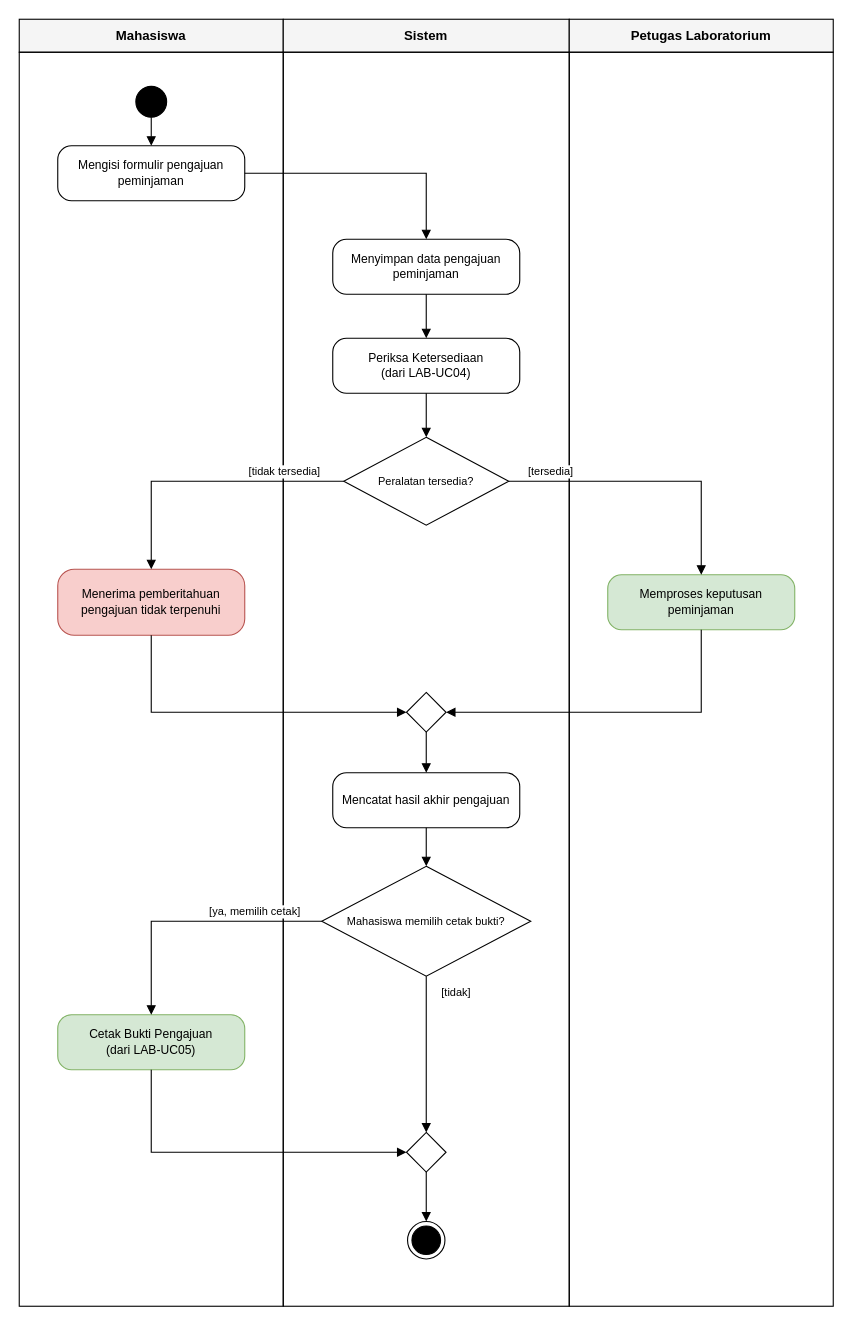
Above: 04_model_analisis/P06/LAB/P06_2406002_LAB_activity_peminjaman_v01.drawio in MuhammadYusufFaturahman-55/IFRWP5149_2406002_LabAlat (draw.io), before the change. Source tidied: cells renumbered, new cells numbered last; positions are measured from the earlier drawing's top-left corner, leaving out a move shared by most shapes. Both pictures are drawn from the tidied source at 110%, with x=0, y=0 at pixel (19, 19).
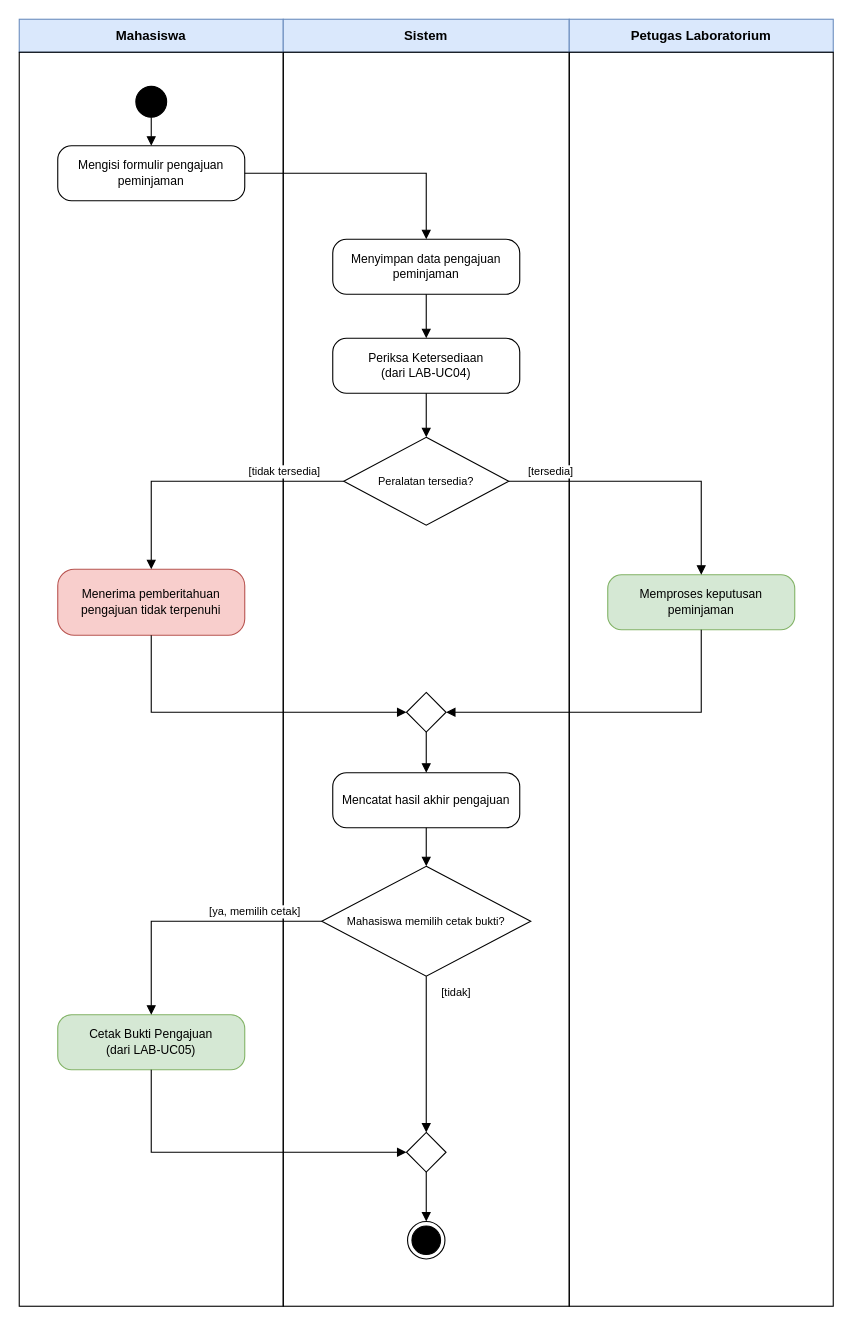
The same diagram, later.

What changed in the source:
```diff
@@
-    <mxCell id="2" value="Mahasiswa" style="rounded=0;whiteSpace=wrap;html=1;fillColor=#f5f5f5;strokeColor=#000000;fontStyle=1;fontSize=12;" parent="1" vertex="1">
+    <mxCell id="2" value="Mahasiswa" style="rounded=0;whiteSpace=wrap;html=1;fillColor=#dae8fc;strokeColor=#6c8ebf;fontStyle=1;fontSize=12;" parent="1" vertex="1">
       <mxGeometry width="240" height="30" as="geometry" />
     </mxCell>
@@
-    <mxCell id="4" value="Sistem" style="rounded=0;whiteSpace=wrap;html=1;fillColor=#f5f5f5;strokeColor=#000000;fontStyle=1;fontSize=12;" parent="1" vertex="1">
+    <mxCell id="4" value="Sistem" style="rounded=0;whiteSpace=wrap;html=1;fillColor=#dae8fc;strokeColor=#6c8ebf;fontStyle=1;fontSize=12;" parent="1" vertex="1">
       <mxGeometry x="240" width="260" height="30" as="geometry" />
     </mxCell>
@@
-    <mxCell id="6" value="Petugas Laboratorium" style="rounded=0;whiteSpace=wrap;html=1;fillColor=#f5f5f5;strokeColor=#000000;fontStyle=1;fontSize=12;" parent="1" vertex="1">
+    <mxCell id="6" value="Petugas Laboratorium" style="rounded=0;whiteSpace=wrap;html=1;fillColor=#dae8fc;strokeColor=#6c8ebf;fontStyle=1;fontSize=12;" parent="1" vertex="1">
       <mxGeometry x="500" width="240" height="30" as="geometry" />
     </mxCell>
```
